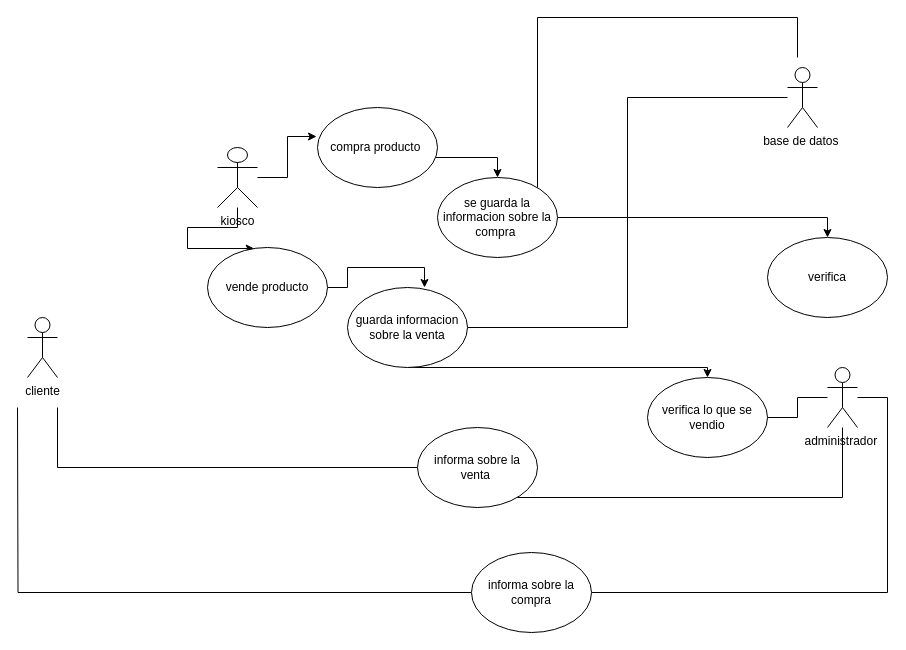
This is casodeuso.drawio from RevolverCirujaC/Analisis-Open25hs, a draw.io file, before an edit. Source tidied: cells renumbered, new cells numbered last; positions are measured from the earlier drawing's top-left corner, leaving out a move shared by most shapes. Both pictures are drawn from the tidied source at 100%, with x=0, y=0 at pixel (17, 17).
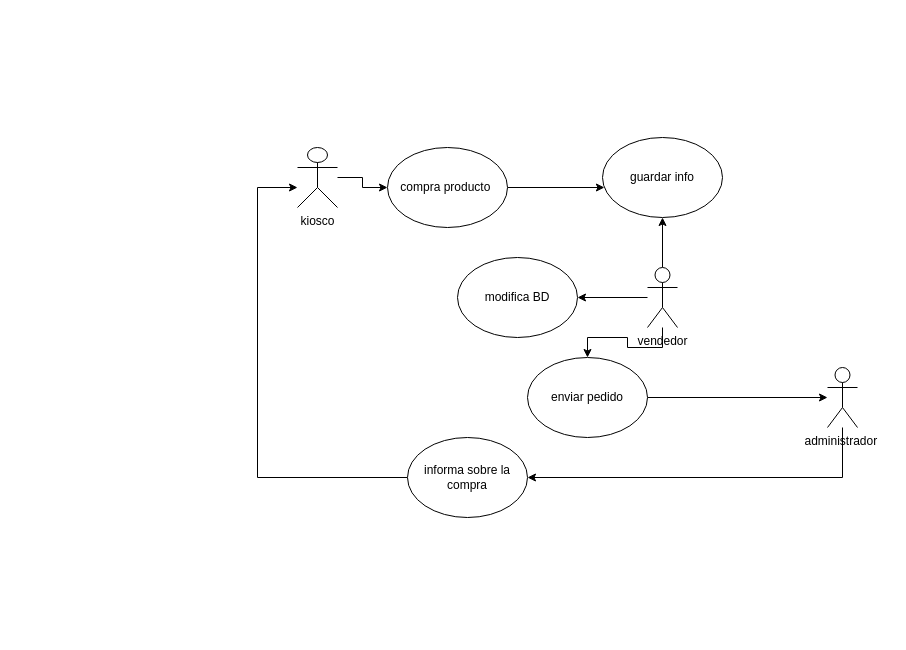
The same diagram, later.

Commit message (it also covers changes not shown here):
revisado el diagrama de caso de uso y añadidos el extendido y el diagrama de Gantt

The change refers to these unchanged cells:
```xml
<mxCell id="3" value="administrador&amp;nbsp;" style="shape=umlActor;verticalLabelPosition=bottom;verticalAlign=top;html=1;outlineConnect=0;" parent="1" vertex="1">
  <mxGeometry x="810" y="350" width="30" height="60" as="geometry" />
</mxCell>
```

Change to the diagram source:
```diff
@@
+    <mxCell id="27" style="edgeStyle=orthogonalEdgeStyle;rounded=0;jettySize=auto;html=1;" parent="1" edge="1" source="2" target="22">
+      <mxGeometry relative="1" as="geometry" />
+    </mxCell>
+    <mxCell id="28" style="edgeStyle=orthogonalEdgeStyle;rounded=0;jettySize=auto;html=1;" parent="1" edge="1" source="2" target="14">
+      <mxGeometry relative="1" as="geometry" />
+    </mxCell>
+    <mxCell id="29" style="edgeStyle=orthogonalEdgeStyle;rounded=0;jettySize=auto;html=1;" parent="1" edge="1" source="2" target="32">
+      <mxGeometry relative="1" as="geometry" />
+    </mxCell>
-    <mxCell id="2" value="base de datos&amp;nbsp;" style="shape=umlActor;verticalLabelPosition=bottom;verticalAlign=top;html=1;outlineConnect=0;" parent="1" vertex="1">
-      <mxGeometry x="770" y="50" width="30" height="60" as="geometry" />
+    <mxCell id="2" value="vendedor" style="shape=umlActor;verticalLabelPosition=bottom;verticalAlign=top;html=1;outlineConnect=0;" parent="1" vertex="1">
+      <mxGeometry x="630" y="250" width="30" height="60" as="geometry" />
     </mxCell>
+    <mxCell id="30" style="edgeStyle=orthogonalEdgeStyle;rounded=0;jettySize=auto;html=1;entryX=1;entryY=0.5;entryDx=0;entryDy=0;" parent="1" edge="1" source="3" target="26">
+      <mxGeometry relative="1" as="geometry">
+        <Array as="points">
+          <mxPoint x="825" y="460" />
+        </Array>
+      </mxGeometry>
+    </mxCell>
@@
-    <mxCell id="4" value="cliente" style="shape=umlActor;verticalLabelPosition=bottom;verticalAlign=top;html=1;" parent="1" vertex="1">
-      <mxGeometry x="10" y="300" width="30" height="60" as="geometry" />
-    </mxCell>
-    <mxCell id="5" style="edgeStyle=orthogonalEdgeStyle;rounded=0;jettySize=auto;html=1;" parent="1" edge="1" source="7" target="9">
-      <mxGeometry relative="1" as="geometry">
-        <Array as="points">
-          <mxPoint x="220" y="210" />
-          <mxPoint x="170" y="210" />
-          <mxPoint x="170" y="231" />
-        </Array>
-      </mxGeometry>
-    </mxCell>
+    <mxCell id="13" style="edgeStyle=orthogonalEdgeStyle;rounded=0;jettySize=auto;html=1;" parent="1" edge="1" source="14" target="3">
+      <mxGeometry relative="1" as="geometry" />
+    </mxCell>
+    <mxCell id="14" value="enviar pedido" style="ellipse;whiteSpace=wrap;html=1;" parent="1" vertex="1">
+      <mxGeometry x="510" y="340" width="120" height="80" as="geometry" />
+    </mxCell>
+    <mxCell id="18" style="edgeStyle=orthogonalEdgeStyle;rounded=0;jettySize=auto;html=1;" parent="1" edge="1" source="19" target="22">
+      <mxGeometry relative="1" as="geometry">
+        <Array as="points">
+          <mxPoint x="480" y="140" />
+        </Array>
+      </mxGeometry>
+    </mxCell>
+    <mxCell id="19" value="compra producto&amp;nbsp;" style="ellipse;whiteSpace=wrap;html=1;" parent="1" vertex="1">
+      <mxGeometry x="370" y="130" width="120" height="80" as="geometry" />
+    </mxCell>
+    <mxCell id="22" value="guardar info" style="ellipse;whiteSpace=wrap;html=1;" parent="1" vertex="1">
+      <mxGeometry x="585" y="120" width="120" height="80" as="geometry" />
+    </mxCell>
+    <mxCell id="31" style="edgeStyle=orthogonalEdgeStyle;rounded=0;jettySize=auto;html=1;" parent="1" edge="1" source="26" target="7">
+      <mxGeometry relative="1" as="geometry">
+        <Array as="points">
+          <mxPoint x="240" y="460" />
+          <mxPoint x="240" y="170" />
+        </Array>
+      </mxGeometry>
+    </mxCell>
+    <mxCell id="26" value="informa sobre la compra" style="ellipse;whiteSpace=wrap;html=1;" parent="1" vertex="1">
+      <mxGeometry x="390" y="420" width="120" height="80" as="geometry" />
+    </mxCell>
+    <mxCell id="32" value="modifica BD" style="ellipse;whiteSpace=wrap;html=1;" parent="1" vertex="1">
+      <mxGeometry x="440" y="240" width="120" height="80" as="geometry" />
+    </mxCell>
-    <mxCell id="6" style="edgeStyle=orthogonalEdgeStyle;rounded=0;jettySize=auto;html=1;entryX=-0.008;entryY=0.363;entryDx=0;entryDy=0;entryPerimeter=0;" parent="1" edge="1" source="7" target="19">
+    <mxCell id="6" style="edgeStyle=orthogonalEdgeStyle;rounded=0;jettySize=auto;html=1;entryX=0;entryY=0.5;entryDx=0;entryDy=0;" parent="1" edge="1" source="7" target="19">
       <mxGeometry relative="1" as="geometry" />
     </mxCell>
     <mxCell id="7" value="kiosco" style="shape=umlActor;verticalLabelPosition=bottom;verticalAlign=top;html=1;outlineConnect=0;" parent="1" vertex="1">
-      <mxGeometry x="200" y="130" width="40" height="60" as="geometry" />
+      <mxGeometry x="280" y="130" width="40" height="60" as="geometry" />
     </mxCell>
-    <mxCell id="8" style="edgeStyle=orthogonalEdgeStyle;rounded=0;jettySize=auto;html=1;entryX=0.642;entryY=0;entryDx=0;entryDy=0;entryPerimeter=0;" parent="1" edge="1" source="9" target="12">
-      <mxGeometry relative="1" as="geometry" />
-    </mxCell>
-    <mxCell id="9" value="vende producto" style="ellipse;whiteSpace=wrap;html=1;" parent="1" vertex="1">
-      <mxGeometry x="190" y="230" width="120" height="80" as="geometry" />
-    </mxCell>
-    <mxCell id="10" style="edgeStyle=orthogonalEdgeStyle;rounded=0;jettySize=auto;html=1;endArrow=none;endFill=0;" parent="1" edge="1" source="12" target="2">
-      <mxGeometry relative="1" as="geometry">
-        <Array as="points">
-          <mxPoint x="610" y="310" />
-          <mxPoint x="610" y="80" />
-        </Array>
-      </mxGeometry>
-    </mxCell>
-    <mxCell id="11" style="edgeStyle=orthogonalEdgeStyle;rounded=0;jettySize=auto;html=1;" parent="1" edge="1" source="12" target="14">
-      <mxGeometry relative="1" as="geometry">
-        <Array as="points">
-          <mxPoint x="690" y="350" />
-        </Array>
-      </mxGeometry>
-    </mxCell>
-    <mxCell id="12" value="guarda informacion sobre la venta" style="ellipse;whiteSpace=wrap;html=1;" parent="1" vertex="1">
-      <mxGeometry x="330" y="270" width="120" height="80" as="geometry" />
-    </mxCell>
-    <mxCell id="13" style="edgeStyle=orthogonalEdgeStyle;rounded=0;jettySize=auto;html=1;endArrow=none;endFill=0;" parent="1" edge="1" source="14" target="3">
-      <mxGeometry relative="1" as="geometry" />
-    </mxCell>
-    <mxCell id="14" value="verifica lo que se vendio" style="ellipse;whiteSpace=wrap;html=1;" parent="1" vertex="1">
-      <mxGeometry x="630" y="360" width="120" height="80" as="geometry" />
-    </mxCell>
-    <mxCell id="15" style="edgeStyle=orthogonalEdgeStyle;rounded=0;jettySize=auto;html=1;endArrow=none;endFill=0;" parent="1" edge="1" source="17">
-      <mxGeometry relative="1" as="geometry">
-        <mxPoint x="40" y="390" as="targetPoint" />
-        <Array as="points">
-          <mxPoint x="40" y="450" />
-          <mxPoint x="40" y="390" />
-        </Array>
-      </mxGeometry>
-    </mxCell>
-    <mxCell id="16" style="edgeStyle=orthogonalEdgeStyle;rounded=0;jettySize=auto;html=1;endArrow=none;endFill=0;" parent="1" edge="1" source="17" target="3">
-      <mxGeometry relative="1" as="geometry">
-        <Array as="points">
-          <mxPoint x="825" y="480" />
-        </Array>
-      </mxGeometry>
-    </mxCell>
-    <mxCell id="17" value="informa sobre la venta&amp;nbsp;" style="ellipse;whiteSpace=wrap;html=1;" parent="1" vertex="1">
-      <mxGeometry x="400" y="410" width="120" height="80" as="geometry" />
-    </mxCell>
-    <mxCell id="18" style="edgeStyle=orthogonalEdgeStyle;rounded=0;jettySize=auto;html=1;" parent="1" edge="1" source="19" target="22">
-      <mxGeometry relative="1" as="geometry">
-        <Array as="points">
-          <mxPoint x="480" y="140" />
-        </Array>
-      </mxGeometry>
-    </mxCell>
-    <mxCell id="19" value="compra producto&amp;nbsp;" style="ellipse;whiteSpace=wrap;html=1;" parent="1" vertex="1">
-      <mxGeometry x="300" y="90" width="120" height="80" as="geometry" />
-    </mxCell>
-    <mxCell id="20" style="edgeStyle=orthogonalEdgeStyle;rounded=0;jettySize=auto;html=1;" parent="1" edge="1" source="22">
-      <mxGeometry relative="1" as="geometry">
-        <mxPoint x="810" y="220" as="targetPoint" />
-        <Array as="points">
-          <mxPoint x="810" y="200" />
-          <mxPoint x="810" y="221" />
-        </Array>
-      </mxGeometry>
-    </mxCell>
-    <mxCell id="21" style="edgeStyle=orthogonalEdgeStyle;rounded=0;jettySize=auto;html=1;endArrow=none;endFill=0;" parent="1" edge="1" source="22">
-      <mxGeometry relative="1" as="geometry">
-        <mxPoint x="780" y="40" as="targetPoint" />
-        <Array as="points">
-          <mxPoint x="520" />
-          <mxPoint x="780" />
-        </Array>
-      </mxGeometry>
-    </mxCell>
-    <mxCell id="22" value="se guarda la informacion sobre la compra&amp;nbsp;" style="ellipse;whiteSpace=wrap;html=1;" parent="1" vertex="1">
-      <mxGeometry x="420" y="160" width="120" height="80" as="geometry" />
-    </mxCell>
-    <mxCell id="23" value="verifica" style="ellipse;whiteSpace=wrap;html=1;" parent="1" vertex="1">
-      <mxGeometry x="750" y="220" width="120" height="80" as="geometry" />
-    </mxCell>
-    <mxCell id="24" style="edgeStyle=orthogonalEdgeStyle;rounded=0;jettySize=auto;html=1;endArrow=none;endFill=0;" parent="1" edge="1" source="26" target="3">
-      <mxGeometry relative="1" as="geometry">
-        <Array as="points">
-          <mxPoint x="870" y="575" />
-          <mxPoint x="870" y="380" />
-        </Array>
-      </mxGeometry>
-    </mxCell>
-    <mxCell id="25" style="edgeStyle=orthogonalEdgeStyle;rounded=0;jettySize=auto;html=1;endArrow=none;endFill=0;" parent="1" edge="1" source="26">
-      <mxGeometry relative="1" as="geometry">
-        <mxPoint y="390" as="targetPoint" />
-      </mxGeometry>
-    </mxCell>
-    <mxCell id="26" value="informa sobre la compra" style="ellipse;whiteSpace=wrap;html=1;" parent="1" vertex="1">
-      <mxGeometry x="454" y="535" width="120" height="80" as="geometry" />
-    </mxCell>
```
